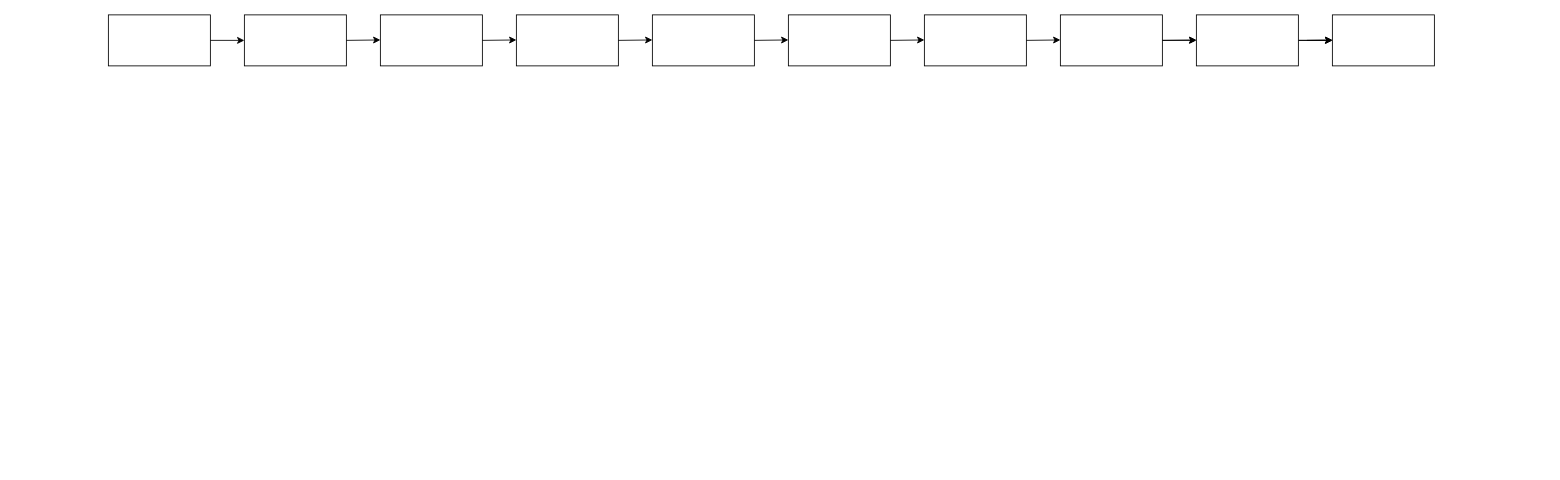
Before: Untitled Diagram.drawio in loosker95/diagramme-d-etat, a draw.io diagram. Source tidied: cells renumbered, new cells numbered last; positions are measured from the earlier drawing's top-left corner, leaving out a move shared by most shapes. Both pictures are drawn from the tidied source at 85%, with x=0, y=0 at pixel (108, 14).
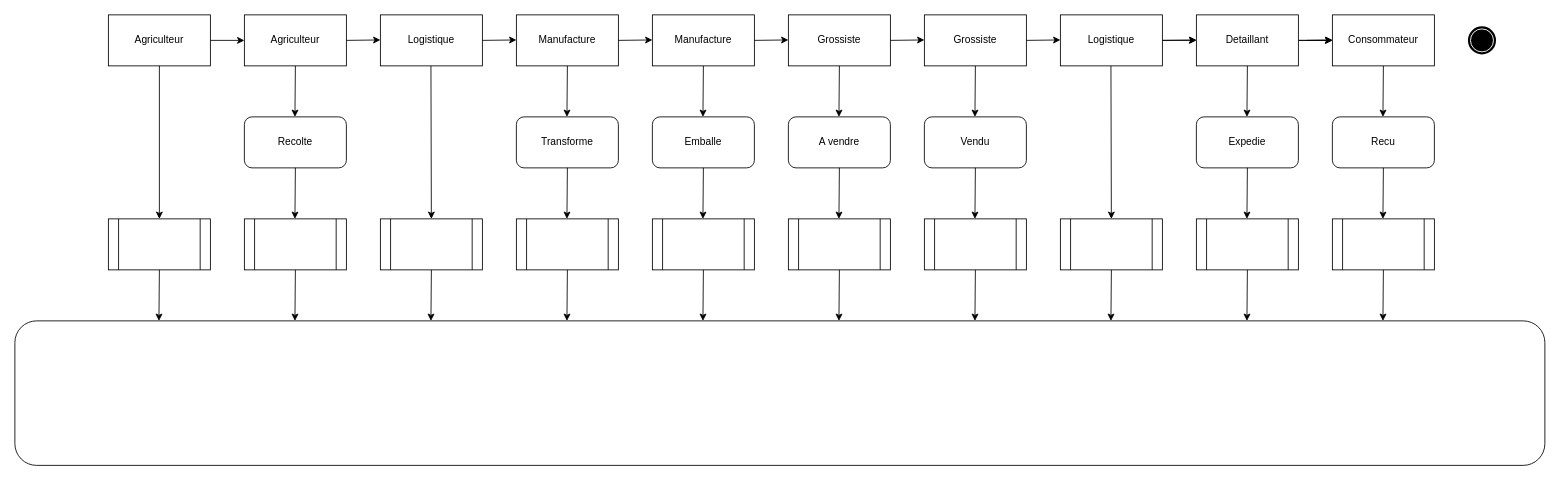
The same page after the edit.

Diff of the diagram source:
```diff
@@
+    <mxCell id="24" style="endArrow=classic;html=1;" parent="1" edge="1">
+      <mxGeometry relative="1" as="geometry">
+        <mxPoint x="60" y="60" as="sourcePoint" />
+        <mxPoint x="60" y="240" as="targetPoint" />
+      </mxGeometry>
+    </mxCell>
+    <mxCell id="25" value="Agriculteur" style="text;html=1;strokeColor=none;fillColor=none;align=center;verticalAlign=middle;whiteSpace=wrap;rounded=0;" parent="1" vertex="1">
+      <mxGeometry x="40" y="20" width="40" height="20" as="geometry" />
+    </mxCell>
+    <mxCell id="26" value="Agriculteur" style="text;html=1;strokeColor=none;fillColor=none;align=center;verticalAlign=middle;whiteSpace=wrap;rounded=0;" parent="1" vertex="1">
+      <mxGeometry x="200" y="20" width="40" height="20" as="geometry" />
+    </mxCell>
+    <mxCell id="27" value="Logistique" style="text;html=1;strokeColor=none;fillColor=none;align=center;verticalAlign=middle;whiteSpace=wrap;rounded=0;" parent="1" vertex="1">
+      <mxGeometry x="360" y="20" width="40" height="20" as="geometry" />
+    </mxCell>
+    <mxCell id="28" value="Manufacture" style="text;html=1;strokeColor=none;fillColor=none;align=center;verticalAlign=middle;whiteSpace=wrap;rounded=0;" parent="1" vertex="1">
+      <mxGeometry x="520" y="20" width="40" height="20" as="geometry" />
+    </mxCell>
+    <mxCell id="29" value="Manufacture" style="text;html=1;strokeColor=none;fillColor=none;align=center;verticalAlign=middle;whiteSpace=wrap;rounded=0;" parent="1" vertex="1">
+      <mxGeometry x="680" y="20" width="40" height="20" as="geometry" />
+    </mxCell>
+    <mxCell id="30" value="Grossiste" style="text;html=1;strokeColor=none;fillColor=none;align=center;verticalAlign=middle;whiteSpace=wrap;rounded=0;" parent="1" vertex="1">
+      <mxGeometry x="840" y="20" width="40" height="20" as="geometry" />
+    </mxCell>
+    <mxCell id="31" value="Grossiste" style="text;html=1;strokeColor=none;fillColor=none;align=center;verticalAlign=middle;whiteSpace=wrap;rounded=0;" parent="1" vertex="1">
+      <mxGeometry x="1000" y="20" width="40" height="20" as="geometry" />
+    </mxCell>
+    <mxCell id="32" value="Logistique" style="text;html=1;strokeColor=none;fillColor=none;align=center;verticalAlign=middle;whiteSpace=wrap;rounded=0;" parent="1" vertex="1">
+      <mxGeometry x="1160" y="20" width="40" height="20" as="geometry" />
+    </mxCell>
+    <mxCell id="33" value="Detaillant" style="text;html=1;strokeColor=none;fillColor=none;align=center;verticalAlign=middle;whiteSpace=wrap;rounded=0;" parent="1" vertex="1">
+      <mxGeometry x="1320" y="20" width="40" height="20" as="geometry" />
+    </mxCell>
+    <mxCell id="34" value="Consommateur" style="text;html=1;strokeColor=none;fillColor=none;align=center;verticalAlign=middle;whiteSpace=wrap;rounded=0;" parent="1" vertex="1">
+      <mxGeometry x="1480" y="20" width="40" height="20" as="geometry" />
+    </mxCell>
+    <mxCell id="35" style="endArrow=classic;html=1;" parent="1" edge="1">
+      <mxGeometry relative="1" as="geometry">
+        <mxPoint x="379.5" y="60" as="sourcePoint" />
+        <mxPoint x="380" y="240" as="targetPoint" />
+      </mxGeometry>
+    </mxCell>
+    <mxCell id="36" style="rounded=1;whiteSpace=wrap;html=1;" parent="1" vertex="1">
+      <mxGeometry x="160" y="120" width="120" height="60" as="geometry" />
+    </mxCell>
+    <mxCell id="37" style="rounded=1;whiteSpace=wrap;html=1;" parent="1" vertex="1">
+      <mxGeometry x="480" y="120" width="120" height="60" as="geometry" />
+    </mxCell>
+    <mxCell id="38" style="rounded=1;whiteSpace=wrap;html=1;" parent="1" vertex="1">
+      <mxGeometry x="640" y="120" width="120" height="60" as="geometry" />
+    </mxCell>
+    <mxCell id="39" style="rounded=1;whiteSpace=wrap;html=1;" parent="1" vertex="1">
+      <mxGeometry x="800" y="120" width="120" height="60" as="geometry" />
+    </mxCell>
+    <mxCell id="40" style="rounded=1;whiteSpace=wrap;html=1;" parent="1" vertex="1">
+      <mxGeometry x="960" y="120" width="120" height="60" as="geometry" />
+    </mxCell>
+    <mxCell id="41" style="endArrow=classic;html=1;" parent="1" edge="1">
+      <mxGeometry relative="1" as="geometry">
+        <mxPoint x="1179.5" y="60" as="sourcePoint" />
+        <mxPoint x="1180" y="240" as="targetPoint" />
+      </mxGeometry>
+    </mxCell>
+    <mxCell id="42" style="rounded=1;whiteSpace=wrap;html=1;" parent="1" vertex="1">
+      <mxGeometry x="1280" y="120" width="120" height="60" as="geometry" />
+    </mxCell>
+    <mxCell id="43" style="rounded=1;whiteSpace=wrap;html=1;" parent="1" vertex="1">
+      <mxGeometry x="1440" y="120" width="120" height="60" as="geometry" />
+    </mxCell>
+    <mxCell id="44" style="endArrow=classic;html=1;" parent="1" edge="1">
+      <mxGeometry relative="1" as="geometry">
+        <mxPoint x="220" y="60" as="sourcePoint" />
+        <mxPoint x="219.5" y="120" as="targetPoint" />
+      </mxGeometry>
+    </mxCell>
+    <mxCell id="45" style="endArrow=classic;html=1;" parent="1" edge="1">
+      <mxGeometry relative="1" as="geometry">
+        <mxPoint x="540" y="60" as="sourcePoint" />
+        <mxPoint x="539.5" y="120" as="targetPoint" />
+      </mxGeometry>
+    </mxCell>
+    <mxCell id="46" style="endArrow=classic;html=1;" parent="1" edge="1">
+      <mxGeometry relative="1" as="geometry">
+        <mxPoint x="700" y="60" as="sourcePoint" />
+        <mxPoint x="699.5" y="120" as="targetPoint" />
+      </mxGeometry>
+    </mxCell>
+    <mxCell id="47" style="endArrow=classic;html=1;" parent="1" edge="1">
+      <mxGeometry relative="1" as="geometry">
+        <mxPoint x="860" y="60" as="sourcePoint" />
+        <mxPoint x="859.5" y="120" as="targetPoint" />
+      </mxGeometry>
+    </mxCell>
+    <mxCell id="48" style="endArrow=classic;html=1;" parent="1" edge="1">
+      <mxGeometry relative="1" as="geometry">
+        <mxPoint x="1020" y="60" as="sourcePoint" />
+        <mxPoint x="1019.5" y="120" as="targetPoint" />
+      </mxGeometry>
+    </mxCell>
+    <mxCell id="49" style="endArrow=classic;html=1;" parent="1" edge="1">
+      <mxGeometry relative="1" as="geometry">
+        <mxPoint x="1340" y="60" as="sourcePoint" />
+        <mxPoint x="1339.5" y="120" as="targetPoint" />
+      </mxGeometry>
+    </mxCell>
+    <mxCell id="50" style="endArrow=classic;html=1;" parent="1" edge="1">
+      <mxGeometry relative="1" as="geometry">
+        <mxPoint x="1500" y="60" as="sourcePoint" />
+        <mxPoint x="1499.5" y="120" as="targetPoint" />
+      </mxGeometry>
+    </mxCell>
+    <mxCell id="51" style="endArrow=classic;html=1;" parent="1" edge="1">
+      <mxGeometry relative="1" as="geometry">
+        <mxPoint x="220" y="180" as="sourcePoint" />
+        <mxPoint x="219.5" y="240" as="targetPoint" />
+      </mxGeometry>
+    </mxCell>
+    <mxCell id="52" style="endArrow=classic;html=1;" parent="1" edge="1">
+      <mxGeometry relative="1" as="geometry">
+        <mxPoint x="540" y="180" as="sourcePoint" />
+        <mxPoint x="539.5" y="240" as="targetPoint" />
+      </mxGeometry>
+    </mxCell>
+    <mxCell id="53" style="endArrow=classic;html=1;" parent="1" edge="1">
+      <mxGeometry relative="1" as="geometry">
+        <mxPoint x="700" y="180" as="sourcePoint" />
+        <mxPoint x="699.5" y="240" as="targetPoint" />
+      </mxGeometry>
+    </mxCell>
+    <mxCell id="54" style="endArrow=classic;html=1;" parent="1" edge="1">
+      <mxGeometry relative="1" as="geometry">
+        <mxPoint x="860" y="180" as="sourcePoint" />
+        <mxPoint x="859.5" y="240" as="targetPoint" />
+      </mxGeometry>
+    </mxCell>
+    <mxCell id="55" style="endArrow=classic;html=1;" parent="1" edge="1">
+      <mxGeometry relative="1" as="geometry">
+        <mxPoint x="1020" y="180" as="sourcePoint" />
+        <mxPoint x="1019.5" y="240" as="targetPoint" />
+      </mxGeometry>
+    </mxCell>
+    <mxCell id="56" style="endArrow=classic;html=1;" parent="1" edge="1">
+      <mxGeometry relative="1" as="geometry">
+        <mxPoint x="1340" y="180" as="sourcePoint" />
+        <mxPoint x="1339.5" y="240" as="targetPoint" />
+      </mxGeometry>
+    </mxCell>
+    <mxCell id="57" style="endArrow=classic;html=1;" parent="1" edge="1">
+      <mxGeometry relative="1" as="geometry">
+        <mxPoint x="1500" y="180" as="sourcePoint" />
+        <mxPoint x="1499.5" y="240" as="targetPoint" />
+      </mxGeometry>
+    </mxCell>
+    <mxCell id="58" value="Recolte" style="text;html=1;strokeColor=none;fillColor=none;align=center;verticalAlign=middle;whiteSpace=wrap;rounded=0;" parent="1" vertex="1">
+      <mxGeometry x="200" y="140" width="40" height="20" as="geometry" />
+    </mxCell>
+    <mxCell id="59" value="Emballe" style="text;html=1;strokeColor=none;fillColor=none;align=center;verticalAlign=middle;whiteSpace=wrap;rounded=0;" parent="1" vertex="1">
+      <mxGeometry x="680" y="140" width="40" height="20" as="geometry" />
+    </mxCell>
+    <mxCell id="60" value="Expedie" style="text;html=1;strokeColor=none;fillColor=none;align=center;verticalAlign=middle;whiteSpace=wrap;rounded=0;" parent="1" vertex="1">
+      <mxGeometry x="1320" y="140" width="40" height="20" as="geometry" />
+    </mxCell>
+    <mxCell id="61" value="Recu" style="text;html=1;strokeColor=none;fillColor=none;align=center;verticalAlign=middle;whiteSpace=wrap;rounded=0;" parent="1" vertex="1">
+      <mxGeometry x="1480" y="140" width="40" height="20" as="geometry" />
+    </mxCell>
+    <mxCell id="62" value="Transforme" style="text;html=1;strokeColor=none;fillColor=none;align=center;verticalAlign=middle;whiteSpace=wrap;rounded=0;" parent="1" vertex="1">
+      <mxGeometry x="520" y="140" width="40" height="20" as="geometry" />
+    </mxCell>
+    <mxCell id="63" value="A vendre" style="text;html=1;strokeColor=none;fillColor=none;align=center;verticalAlign=middle;whiteSpace=wrap;rounded=0;" parent="1" vertex="1">
+      <mxGeometry x="830" y="140" width="60" height="20" as="geometry" />
+    </mxCell>
+    <mxCell id="64" value="Vendu" style="text;html=1;strokeColor=none;fillColor=none;align=center;verticalAlign=middle;whiteSpace=wrap;rounded=0;" parent="1" vertex="1">
+      <mxGeometry x="1000" y="140" width="40" height="20" as="geometry" />
+    </mxCell>
+    <mxCell id="65" style="shape=process;whiteSpace=wrap;html=1;backgroundOutline=1;" parent="1" vertex="1">
+      <mxGeometry y="240" width="120" height="60" as="geometry" />
+    </mxCell>
+    <mxCell id="66" style="shape=process;whiteSpace=wrap;html=1;backgroundOutline=1;" parent="1" vertex="1">
+      <mxGeometry x="160" y="240" width="120" height="60" as="geometry" />
+    </mxCell>
+    <mxCell id="67" style="shape=process;whiteSpace=wrap;html=1;backgroundOutline=1;" parent="1" vertex="1">
+      <mxGeometry x="320" y="240" width="120" height="60" as="geometry" />
+    </mxCell>
+    <mxCell id="68" style="shape=process;whiteSpace=wrap;html=1;backgroundOutline=1;" parent="1" vertex="1">
+      <mxGeometry x="480" y="240" width="120" height="60" as="geometry" />
+    </mxCell>
+    <mxCell id="69" style="shape=process;whiteSpace=wrap;html=1;backgroundOutline=1;" parent="1" vertex="1">
+      <mxGeometry x="640" y="240" width="120" height="60" as="geometry" />
+    </mxCell>
+    <mxCell id="70" style="shape=process;whiteSpace=wrap;html=1;backgroundOutline=1;" parent="1" vertex="1">
+      <mxGeometry x="800" y="240" width="120" height="60" as="geometry" />
+    </mxCell>
+    <mxCell id="71" style="shape=process;whiteSpace=wrap;html=1;backgroundOutline=1;" parent="1" vertex="1">
+      <mxGeometry x="960" y="240" width="120" height="60" as="geometry" />
+    </mxCell>
+    <mxCell id="72" style="shape=process;whiteSpace=wrap;html=1;backgroundOutline=1;" parent="1" vertex="1">
+      <mxGeometry x="1120" y="240" width="120" height="60" as="geometry" />
+    </mxCell>
+    <mxCell id="73" style="shape=process;whiteSpace=wrap;html=1;backgroundOutline=1;" parent="1" vertex="1">
+      <mxGeometry x="1280" y="240" width="120" height="60" as="geometry" />
+    </mxCell>
+    <mxCell id="74" style="shape=process;whiteSpace=wrap;html=1;backgroundOutline=1;" parent="1" vertex="1">
+      <mxGeometry x="1440" y="240" width="120" height="60" as="geometry" />
+    </mxCell>
+    <mxCell id="75" style="shape=mxgraph.bpmn.shape;html=1;verticalLabelPosition=bottom;labelBackgroundColor=#ffffff;verticalAlign=top;align=center;perimeter=ellipsePerimeter;outline=end;symbol=terminate;" parent="1" vertex="1">
+      <mxGeometry x="1601" y="15" width="30" height="30" as="geometry" />
+    </mxCell>
+    <mxCell id="76" style="rounded=1;whiteSpace=wrap;html=1;" parent="1" vertex="1">
+      <mxGeometry x="-110" y="360" width="1800" height="170" as="geometry" />
+    </mxCell>
+    <mxCell id="77" style="endArrow=classic;html=1;" parent="1" edge="1">
+      <mxGeometry relative="1" as="geometry">
+        <mxPoint x="60" y="300" as="sourcePoint" />
+        <mxPoint x="59.5" y="360" as="targetPoint" />
+      </mxGeometry>
+    </mxCell>
+    <mxCell id="78" style="endArrow=classic;html=1;" parent="1" edge="1">
+      <mxGeometry relative="1" as="geometry">
+        <mxPoint x="220" y="300" as="sourcePoint" />
+        <mxPoint x="219.5" y="360" as="targetPoint" />
+      </mxGeometry>
+    </mxCell>
+    <mxCell id="79" style="endArrow=classic;html=1;" parent="1" edge="1">
+      <mxGeometry relative="1" as="geometry">
+        <mxPoint x="380" y="300" as="sourcePoint" />
+        <mxPoint x="379.5" y="360" as="targetPoint" />
+      </mxGeometry>
+    </mxCell>
+    <mxCell id="80" style="endArrow=classic;html=1;" parent="1" edge="1">
+      <mxGeometry relative="1" as="geometry">
+        <mxPoint x="540" y="300" as="sourcePoint" />
+        <mxPoint x="539.5" y="360" as="targetPoint" />
+      </mxGeometry>
+    </mxCell>
+    <mxCell id="81" style="endArrow=classic;html=1;" parent="1" edge="1">
+      <mxGeometry relative="1" as="geometry">
+        <mxPoint x="700" y="300" as="sourcePoint" />
+        <mxPoint x="699.5" y="360" as="targetPoint" />
+      </mxGeometry>
+    </mxCell>
+    <mxCell id="82" style="endArrow=classic;html=1;" parent="1" edge="1">
+      <mxGeometry relative="1" as="geometry">
+        <mxPoint x="860" y="300" as="sourcePoint" />
+        <mxPoint x="859.5" y="360" as="targetPoint" />
+      </mxGeometry>
+    </mxCell>
+    <mxCell id="83" style="endArrow=classic;html=1;" parent="1" edge="1">
+      <mxGeometry relative="1" as="geometry">
+        <mxPoint x="1020" y="300" as="sourcePoint" />
+        <mxPoint x="1019.5" y="360" as="targetPoint" />
+      </mxGeometry>
+    </mxCell>
+    <mxCell id="84" style="endArrow=classic;html=1;" parent="1" edge="1">
+      <mxGeometry relative="1" as="geometry">
+        <mxPoint x="1180" y="300" as="sourcePoint" />
+        <mxPoint x="1179.5" y="360" as="targetPoint" />
+      </mxGeometry>
+    </mxCell>
+    <mxCell id="85" style="endArrow=classic;html=1;" parent="1" edge="1">
+      <mxGeometry relative="1" as="geometry">
+        <mxPoint x="1340" y="300" as="sourcePoint" />
+        <mxPoint x="1339.5" y="360" as="targetPoint" />
+      </mxGeometry>
+    </mxCell>
+    <mxCell id="86" style="endArrow=classic;html=1;" parent="1" edge="1">
+      <mxGeometry relative="1" as="geometry">
+        <mxPoint x="1500" y="300" as="sourcePoint" />
+        <mxPoint x="1499.5" y="360" as="targetPoint" />
+      </mxGeometry>
+    </mxCell>
```
